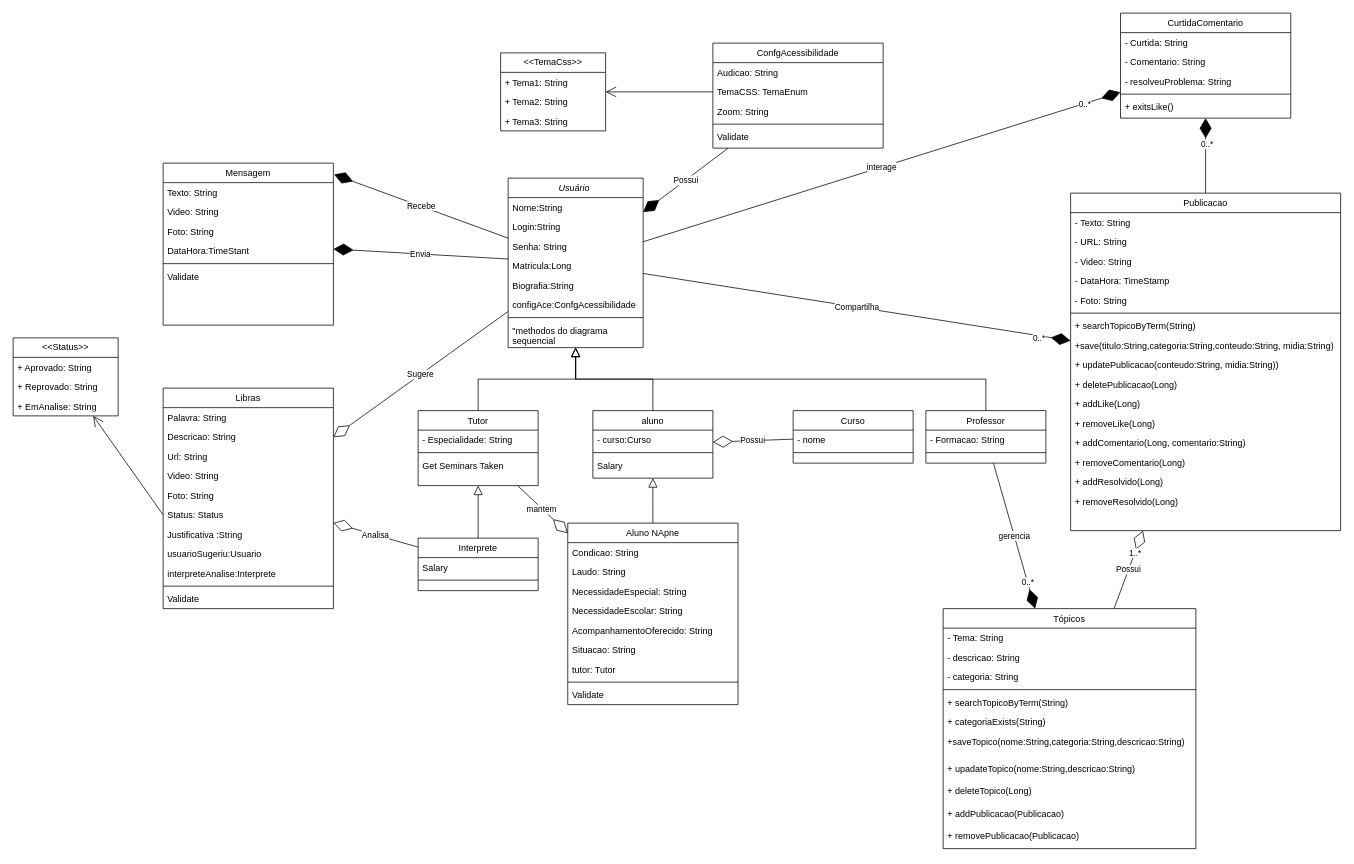
The draw.io diagram If Coders. diagrama de classe.drawio in arianamesquita/IFCoders, before the edit. Source tidied: cells renumbered, new cells numbered last; positions are measured from the earlier drawing's top-left corner, leaving out a move shared by most shapes. Both pictures are drawn from the tidied source at 75%, with x=0, y=0 at pixel (13, 13).
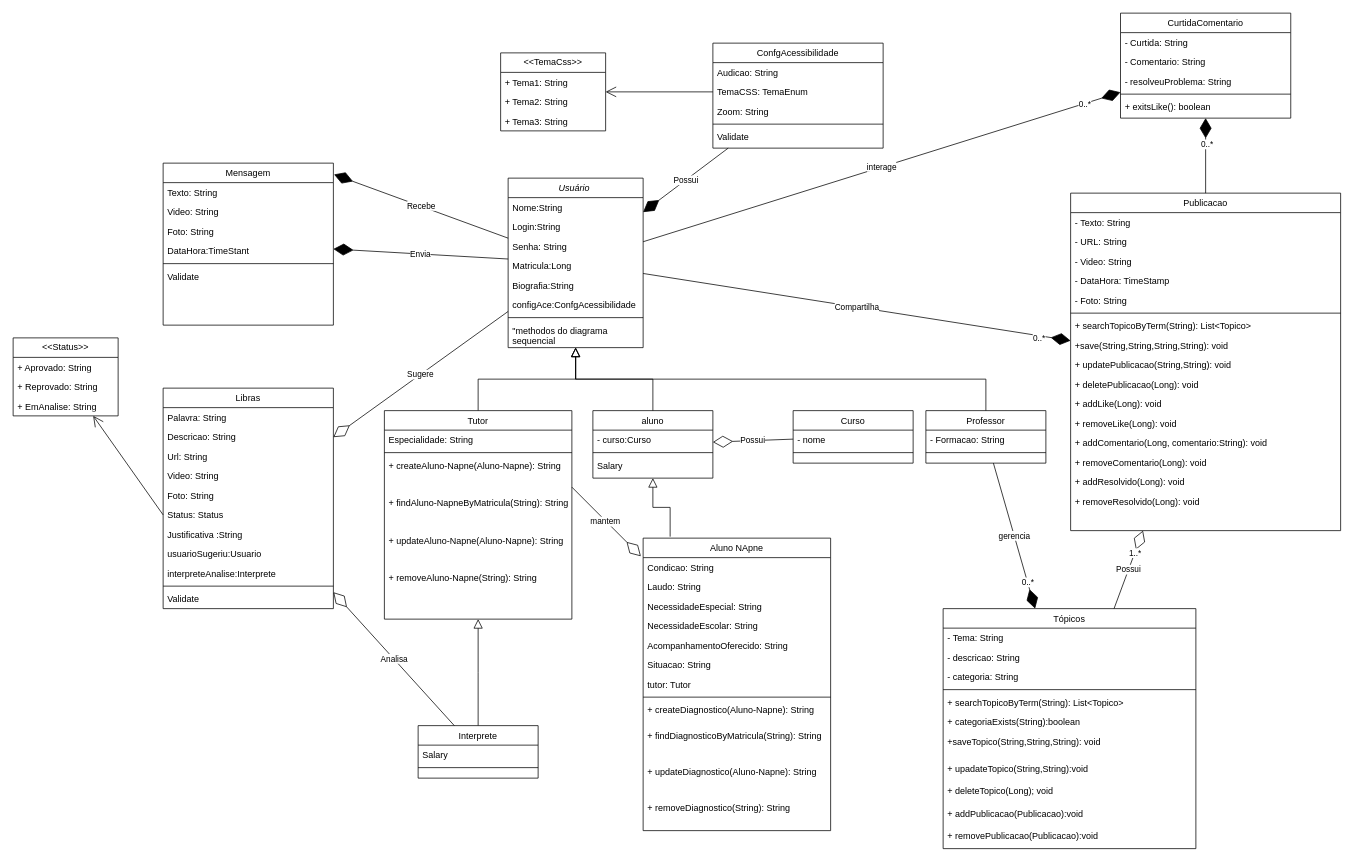
The same page after the edit.

The change refers to these unchanged cells:
```xml
<mxCell id="2" value="Usuário " style="swimlane;fontStyle=2;align=center;verticalAlign=top;horizontal=1;startSize=26;rounded=0;shadow=0;strokeWidth=1;" parent="1" vertex="1">
  <mxGeometry x="660" y="220" width="180" height="226" as="geometry" />
</mxCell>
<mxCell id="23" value="aluno" style="swimlane;fontStyle=0;align=center;verticalAlign=top;horizontal=1;startSize=26;rounded=0;shadow=0;strokeWidth=1;" parent="1" vertex="1">
  <mxGeometry x="773" y="530" width="160" height="90" as="geometry" />
</mxCell>
<mxCell id="72" value="Publicacao" style="swimlane;fontStyle=0;align=center;verticalAlign=top;horizontal=1;startSize=26;rounded=0;shadow=0;strokeWidth=1;" parent="1" vertex="1">
  <mxGeometry x="1410" y="240" width="360" height="450" as="geometry" />
</mxCell>
<mxCell id="89" value="Tópicos" style="swimlane;fontStyle=0;align=center;verticalAlign=top;horizontal=1;startSize=26;rounded=0;shadow=0;strokeWidth=1;" parent="1" vertex="1">
  <mxGeometry x="1240" y="794" width="337" height="320" as="geometry" />
</mxCell>
<mxCell id="105" value="CurtidaComentario" style="swimlane;fontStyle=0;align=center;verticalAlign=top;horizontal=1;startSize=26;rounded=0;shadow=0;strokeWidth=1;" parent="1" vertex="1">
  <mxGeometry x="1476.5" width="227" height="140" as="geometry" />
</mxCell>
```

What changed in the source:
```diff
@@
-    <mxCell id="11" value="Tutor" style="swimlane;fontStyle=0;align=center;verticalAlign=top;horizontal=1;startSize=26;rounded=0;shadow=0;strokeWidth=1;" parent="1" vertex="1">
-      <mxGeometry x="540" y="530" width="160" height="100" as="geometry" />
-    </mxCell>
-    <mxCell id="12" value="- Especialidade: String" style="text;align=left;verticalAlign=top;spacingLeft=4;spacingRight=4;overflow=hidden;" parent="11" vertex="1">
-      <mxGeometry y="26" width="160" height="26" as="geometry" />
-    </mxCell>
-    <mxCell id="13" style="line;html=1;strokeWidth=1;align=left;verticalAlign=middle;spacingTop=-1;spacingLeft=3;spacingRight=3;labelPosition=right;" parent="11" vertex="1">
-      <mxGeometry y="52" width="160" height="8" as="geometry" />
-    </mxCell>
-    <mxCell id="14" value="Get Seminars Taken" style="text;align=left;verticalAlign=top;spacingLeft=4;spacingRight=4;overflow=hidden;" parent="11" vertex="1">
-      <mxGeometry y="60" width="160" height="26" as="geometry" />
-    </mxCell>
-    <mxCell id="15" style="endArrow=block;endSize=10;endFill=0;shadow=0;strokeWidth=1;rounded=0;curved=0;edgeStyle=elbowEdgeStyle;elbow=vertical;" parent="1" edge="1" source="11" target="2">
-      <mxGeometry relative="1" as="geometry" />
+    <mxCell id="15" style="endArrow=block;endSize=10;endFill=0;shadow=0;strokeWidth=1;rounded=0;curved=0;edgeStyle=elbowEdgeStyle;elbow=vertical;" parent="1" edge="1" target="2">
+      <mxGeometry relative="1" as="geometry">
+        <mxPoint x="620" y="530" as="sourcePoint" />
+      </mxGeometry>
     </mxCell>
@@
-    <mxCell id="28" style="endArrow=block;endSize=10;endFill=0;shadow=0;strokeWidth=1;rounded=0;curved=0;edgeStyle=elbowEdgeStyle;elbow=vertical;" parent="1" edge="1" source="29" target="11">
+    <mxCell id="28" style="endArrow=block;endSize=10;endFill=0;shadow=0;strokeWidth=1;rounded=0;curved=0;edgeStyle=elbowEdgeStyle;elbow=vertical;entryX=0.5;entryY=1;entryDx=0;entryDy=0;" parent="1" edge="1" source="29" target="11">
       <mxGeometry relative="1" as="geometry" />
     </mxCell>
     <mxCell id="29" value="Interprete" style="swimlane;fontStyle=0;align=center;verticalAlign=top;horizontal=1;startSize=26;rounded=0;shadow=0;strokeWidth=1;" parent="1" vertex="1">
-      <mxGeometry x="540" y="700" width="160" height="70" as="geometry" />
+      <mxGeometry x="540" y="950" width="160" height="70" as="geometry" />
     </mxCell>
@@
-    <mxCell id="32" style="endArrow=block;endSize=10;endFill=0;shadow=0;strokeWidth=1;rounded=0;curved=0;edgeStyle=elbowEdgeStyle;elbow=vertical;" parent="1" edge="1" source="33" target="23">
+    <mxCell id="32" style="endArrow=block;endSize=10;endFill=0;shadow=0;strokeWidth=1;rounded=0;curved=0;edgeStyle=elbowEdgeStyle;elbow=vertical;exitX=0.144;exitY=-0.005;exitDx=0;exitDy=0;exitPerimeter=0;" parent="1" edge="1" source="33" target="23">
       <mxGeometry relative="1" as="geometry" />
     </mxCell>
-    <mxCell id="33" value="Aluno NApne" style="swimlane;fontStyle=0;align=center;verticalAlign=top;horizontal=1;startSize=26;rounded=0;shadow=0;strokeWidth=1;" parent="1" vertex="1">
-      <mxGeometry x="739.5" y="680" width="227" height="242" as="geometry" />
-    </mxCell>
-    <mxCell id="34" value="Condicao: String" style="text;align=left;verticalAlign=top;spacingLeft=4;spacingRight=4;overflow=hidden;" parent="33" vertex="1">
-      <mxGeometry y="26" width="227" height="26" as="geometry" />
-    </mxCell>
-    <mxCell id="35" value="Laudo: String" style="text;align=left;verticalAlign=top;spacingLeft=4;spacingRight=4;overflow=hidden;" parent="33" vertex="1">
-      <mxGeometry y="52" width="227" height="26" as="geometry" />
-    </mxCell>
-    <mxCell id="36" value="NecessidadeEspecial: String" style="text;align=left;verticalAlign=top;spacingLeft=4;spacingRight=4;overflow=hidden;" parent="33" vertex="1">
-      <mxGeometry y="78" width="227" height="26" as="geometry" />
-    </mxCell>
-    <mxCell id="37" value="NecessidadeEscolar: String" style="text;align=left;verticalAlign=top;spacingLeft=4;spacingRight=4;overflow=hidden;" parent="33" vertex="1">
-      <mxGeometry y="104" width="227" height="26" as="geometry" />
-    </mxCell>
-    <mxCell id="38" value="AcompanhamentoOferecido: String" style="text;align=left;verticalAlign=top;spacingLeft=4;spacingRight=4;overflow=hidden;" parent="33" vertex="1">
-      <mxGeometry y="130" width="227" height="26" as="geometry" />
-    </mxCell>
-    <mxCell id="39" value="Situacao: String" style="text;align=left;verticalAlign=top;spacingLeft=4;spacingRight=4;overflow=hidden;" parent="33" vertex="1">
-      <mxGeometry y="156" width="227" height="26" as="geometry" />
-    </mxCell>
-    <mxCell id="40" value="tutor: Tutor" style="text;align=left;verticalAlign=top;spacingLeft=4;spacingRight=4;overflow=hidden;" parent="33" vertex="1">
-      <mxGeometry y="182" width="227" height="26" as="geometry" />
-    </mxCell>
-    <mxCell id="41" style="line;html=1;strokeWidth=1;align=left;verticalAlign=middle;spacingTop=-1;spacingLeft=3;spacingRight=3;labelPosition=right;" parent="33" vertex="1">
-      <mxGeometry y="208" width="227" height="8" as="geometry" />
-    </mxCell>
-    <mxCell id="42" value="Validate" style="text;align=left;verticalAlign=top;spacingLeft=4;spacingRight=4;overflow=hidden;" parent="33" vertex="1">
-      <mxGeometry y="216" width="227" height="26" as="geometry" />
-    </mxCell>
@@
-    <mxCell id="79" value="+ searchTopicoByTerm(String)" style="text;align=left;verticalAlign=top;spacingLeft=4;spacingRight=4;overflow=hidden;" parent="72" vertex="1">
+    <mxCell id="79" value="+ searchTopicoByTerm(String): List&lt;Topico&gt;" style="text;align=left;verticalAlign=top;spacingLeft=4;spacingRight=4;overflow=hidden;" parent="72" vertex="1">
       <mxGeometry y="164" width="360" height="26" as="geometry" />
     </mxCell>
-    <mxCell id="80" value="+save(titulo:String,categoria:String,conteudo:String, midia:String)" style="text;align=left;verticalAlign=top;spacingLeft=4;spacingRight=4;overflow=hidden;" parent="72" vertex="1">
+    <mxCell id="80" value="+save(String,String,String,String): void" style="text;align=left;verticalAlign=top;spacingLeft=4;spacingRight=4;overflow=hidden;" parent="72" vertex="1">
       <mxGeometry y="190" width="360" height="26" as="geometry" />
     </mxCell>
-    <mxCell id="81" value="+ updatePublicacao(conteudo:String, midia:String))" style="text;align=left;verticalAlign=top;spacingLeft=4;spacingRight=4;overflow=hidden;" parent="72" vertex="1">
+    <mxCell id="81" value="+ updatePublicacao(String,String): void" style="text;align=left;verticalAlign=top;spacingLeft=4;spacingRight=4;overflow=hidden;" parent="72" vertex="1">
       <mxGeometry y="216" width="360" height="26" as="geometry" />
     </mxCell>
-    <mxCell id="82" value="+ deletePublicacao(Long)" style="text;align=left;verticalAlign=top;spacingLeft=4;spacingRight=4;overflow=hidden;" parent="72" vertex="1">
+    <mxCell id="82" value="+ deletePublicacao(Long): void" style="text;align=left;verticalAlign=top;spacingLeft=4;spacingRight=4;overflow=hidden;" parent="72" vertex="1">
       <mxGeometry y="242" width="360" height="26" as="geometry" />
     </mxCell>
-    <mxCell id="83" value="+ addLike(Long)" style="text;align=left;verticalAlign=top;spacingLeft=4;spacingRight=4;overflow=hidden;" parent="72" vertex="1">
+    <mxCell id="83" value="+ addLike(Long): void" style="text;align=left;verticalAlign=top;spacingLeft=4;spacingRight=4;overflow=hidden;" parent="72" vertex="1">
       <mxGeometry y="268" width="360" height="26" as="geometry" />
     </mxCell>
-    <mxCell id="84" value="+ removeLike(Long)" style="text;align=left;verticalAlign=top;spacingLeft=4;spacingRight=4;overflow=hidden;" parent="72" vertex="1">
+    <mxCell id="84" value="+ removeLike(Long): void" style="text;align=left;verticalAlign=top;spacingLeft=4;spacingRight=4;overflow=hidden;" parent="72" vertex="1">
       <mxGeometry y="294" width="360" height="26" as="geometry" />
     </mxCell>
-    <mxCell id="85" value="+ addComentario(Long, comentario:String)" style="text;align=left;verticalAlign=top;spacingLeft=4;spacingRight=4;overflow=hidden;" parent="72" vertex="1">
+    <mxCell id="85" value="+ addComentario(Long, comentario:String): void" style="text;align=left;verticalAlign=top;spacingLeft=4;spacingRight=4;overflow=hidden;" parent="72" vertex="1">
       <mxGeometry y="320" width="360" height="26" as="geometry" />
     </mxCell>
-    <mxCell id="86" value="+ removeComentario(Long)" style="text;align=left;verticalAlign=top;spacingLeft=4;spacingRight=4;overflow=hidden;" parent="72" vertex="1">
+    <mxCell id="86" value="+ removeComentario(Long): void" style="text;align=left;verticalAlign=top;spacingLeft=4;spacingRight=4;overflow=hidden;" parent="72" vertex="1">
       <mxGeometry y="346" width="360" height="26" as="geometry" />
     </mxCell>
-    <mxCell id="87" value="+ addResolvido(Long)" style="text;align=left;verticalAlign=top;spacingLeft=4;spacingRight=4;overflow=hidden;" parent="72" vertex="1">
+    <mxCell id="87" value="+ addResolvido(Long): void" style="text;align=left;verticalAlign=top;spacingLeft=4;spacingRight=4;overflow=hidden;" parent="72" vertex="1">
       <mxGeometry y="372" width="360" height="26" as="geometry" />
     </mxCell>
-    <mxCell id="88" value="+ removeResolvido(Long)" style="text;align=left;verticalAlign=top;spacingLeft=4;spacingRight=4;overflow=hidden;" parent="72" vertex="1">
+    <mxCell id="88" value="+ removeResolvido(Long): void" style="text;align=left;verticalAlign=top;spacingLeft=4;spacingRight=4;overflow=hidden;" parent="72" vertex="1">
       <mxGeometry y="398" width="360" height="26" as="geometry" />
     </mxCell>
@@
-    <mxCell id="94" value="+ searchTopicoByTerm(String)" style="text;align=left;verticalAlign=top;spacingLeft=4;spacingRight=4;overflow=hidden;" parent="89" vertex="1">
+    <mxCell id="94" value="+ searchTopicoByTerm(String): List&lt;Topico&gt;" style="text;align=left;verticalAlign=top;spacingLeft=4;spacingRight=4;overflow=hidden;" parent="89" vertex="1">
       <mxGeometry y="112" width="337" height="26" as="geometry" />
     </mxCell>
-    <mxCell id="95" value="+ categoriaExists(String)" style="text;align=left;verticalAlign=top;spacingLeft=4;spacingRight=4;overflow=hidden;" parent="89" vertex="1">
+    <mxCell id="95" value="+ categoriaExists(String):boolean" style="text;align=left;verticalAlign=top;spacingLeft=4;spacingRight=4;overflow=hidden;" parent="89" vertex="1">
       <mxGeometry y="138" width="337" height="26" as="geometry" />
     </mxCell>
-    <mxCell id="96" value="+saveTopico(nome:String,categoria:String,descricao:String)" style="text;align=left;verticalAlign=top;spacingLeft=4;spacingRight=4;overflow=hidden;" parent="89" vertex="1">
+    <mxCell id="96" value="+saveTopico(String,String,String): void" style="text;align=left;verticalAlign=top;spacingLeft=4;spacingRight=4;overflow=hidden;" parent="89" vertex="1">
       <mxGeometry y="164" width="337" height="36" as="geometry" />
     </mxCell>
-    <mxCell id="97" value="+ upadateTopico(nome:String,descricao:String)" style="text;align=left;verticalAlign=top;spacingLeft=4;spacingRight=4;overflow=hidden;" parent="89" vertex="1">
+    <mxCell id="97" value="+ upadateTopico(String,String):void" style="text;align=left;verticalAlign=top;spacingLeft=4;spacingRight=4;overflow=hidden;" parent="89" vertex="1">
       <mxGeometry y="200" width="337" height="30" as="geometry" />
     </mxCell>
-    <mxCell id="98" value="+ deleteTopico(Long)" style="text;align=left;verticalAlign=top;spacingLeft=4;spacingRight=4;overflow=hidden;" parent="89" vertex="1">
+    <mxCell id="98" value="+ deleteTopico(Long); void" style="text;align=left;verticalAlign=top;spacingLeft=4;spacingRight=4;overflow=hidden;" parent="89" vertex="1">
       <mxGeometry y="230" width="337" height="30" as="geometry" />
     </mxCell>
-    <mxCell id="99" value="+ addPublicacao(Publicacao)" style="text;align=left;verticalAlign=top;spacingLeft=4;spacingRight=4;overflow=hidden;" parent="89" vertex="1">
+    <mxCell id="99" value="+ addPublicacao(Publicacao):void " style="text;align=left;verticalAlign=top;spacingLeft=4;spacingRight=4;overflow=hidden;" parent="89" vertex="1">
       <mxGeometry y="260" width="337" height="30" as="geometry" />
     </mxCell>
-    <mxCell id="100" value="+ removePublicacao(Publicacao)" style="text;align=left;verticalAlign=top;spacingLeft=4;spacingRight=4;overflow=hidden;" parent="89" vertex="1">
+    <mxCell id="100" value="+ removePublicacao(Publicacao):void" style="text;align=left;verticalAlign=top;spacingLeft=4;spacingRight=4;overflow=hidden;" parent="89" vertex="1">
       <mxGeometry y="290" width="337" height="30" as="geometry" />
     </mxCell>
@@
-    <mxCell id="110" value="+ exitsLike()" style="text;align=left;verticalAlign=top;spacingLeft=4;spacingRight=4;overflow=hidden;" parent="105" vertex="1">
+    <mxCell id="110" value="+ exitsLike(): boolean" style="text;align=left;verticalAlign=top;spacingLeft=4;spacingRight=4;overflow=hidden;" parent="105" vertex="1">
       <mxGeometry y="112" width="227" height="26" as="geometry" />
     </mxCell>
@@
-    <mxCell id="121" value="mantem&amp;nbsp;" style="endArrow=diamondThin;endFill=0;endSize=24;html=1;rounded=0;" parent="1" edge="1" source="11" target="33">
+    <mxCell id="121" value="mantem&amp;nbsp;" style="endArrow=diamondThin;endFill=0;endSize=24;html=1;rounded=0;entryX=-0.012;entryY=0.062;entryDx=0;entryDy=0;entryPerimeter=0;exitX=1;exitY=0.5;exitDx=0;exitDy=0;" parent="1" edge="1" source="140" target="33">
       <mxGeometry relative="1" as="geometry" />
     </mxCell>
@@
+    <mxCell id="33" value="Aluno NApne" style="swimlane;fontStyle=0;align=center;verticalAlign=top;horizontal=1;startSize=26;rounded=0;shadow=0;strokeWidth=1;" parent="1" vertex="1">
+      <mxGeometry x="840" y="700" width="250" height="390" as="geometry" />
+    </mxCell>
+    <mxCell id="34" value="Condicao: String" style="text;align=left;verticalAlign=top;spacingLeft=4;spacingRight=4;overflow=hidden;" parent="33" vertex="1">
+      <mxGeometry y="26" width="250" height="26" as="geometry" />
+    </mxCell>
+    <mxCell id="35" value="Laudo: String" style="text;align=left;verticalAlign=top;spacingLeft=4;spacingRight=4;overflow=hidden;" parent="33" vertex="1">
+      <mxGeometry y="52" width="250" height="26" as="geometry" />
+    </mxCell>
+    <mxCell id="36" value="NecessidadeEspecial: String" style="text;align=left;verticalAlign=top;spacingLeft=4;spacingRight=4;overflow=hidden;" parent="33" vertex="1">
+      <mxGeometry y="78" width="250" height="26" as="geometry" />
+    </mxCell>
+    <mxCell id="37" value="NecessidadeEscolar: String" style="text;align=left;verticalAlign=top;spacingLeft=4;spacingRight=4;overflow=hidden;" parent="33" vertex="1">
+      <mxGeometry y="104" width="250" height="26" as="geometry" />
+    </mxCell>
+    <mxCell id="38" value="AcompanhamentoOferecido: String" style="text;align=left;verticalAlign=top;spacingLeft=4;spacingRight=4;overflow=hidden;" parent="33" vertex="1">
+      <mxGeometry y="130" width="250" height="26" as="geometry" />
+    </mxCell>
+    <mxCell id="39" value="Situacao: String" style="text;align=left;verticalAlign=top;spacingLeft=4;spacingRight=4;overflow=hidden;" parent="33" vertex="1">
+      <mxGeometry y="156" width="250" height="26" as="geometry" />
+    </mxCell>
+    <mxCell id="40" value="tutor: Tutor" style="text;align=left;verticalAlign=top;spacingLeft=4;spacingRight=4;overflow=hidden;" parent="33" vertex="1">
+      <mxGeometry y="182" width="250" height="26" as="geometry" />
+    </mxCell>
+    <mxCell id="130" style="line;html=1;strokeWidth=1;align=left;verticalAlign=middle;spacingTop=-1;spacingLeft=3;spacingRight=3;labelPosition=right;" parent="33" vertex="1">
+      <mxGeometry y="208" width="250" height="8" as="geometry" />
+    </mxCell>
+    <mxCell id="131" value="+ createDiagnostico(Aluno-Napne): String&#10;" style="text;align=left;verticalAlign=top;spacingLeft=4;spacingRight=4;overflow=hidden;" parent="33" vertex="1">
+      <mxGeometry y="216" width="250" height="34" as="geometry" />
+    </mxCell>
+    <mxCell id="132" value="+ findDiagnosticoByMatricula(String): String&#10;" style="text;align=left;verticalAlign=top;spacingLeft=4;spacingRight=4;overflow=hidden;" parent="33" vertex="1">
+      <mxGeometry y="250" width="250" height="24" as="geometry" />
+    </mxCell>
+    <mxCell id="133" value="&#10;" style="text;align=left;verticalAlign=top;spacingLeft=4;spacingRight=4;overflow=hidden;" parent="33" vertex="1">
+      <mxGeometry y="274" width="250" height="24" as="geometry" />
+    </mxCell>
+    <mxCell id="134" value="+ updateDiagnostico(Aluno-Napne): String&#10;" style="text;align=left;verticalAlign=top;spacingLeft=4;spacingRight=4;overflow=hidden;" parent="33" vertex="1">
+      <mxGeometry y="298" width="250" height="24" as="geometry" />
+    </mxCell>
+    <mxCell id="135" value="&#10;" style="text;align=left;verticalAlign=top;spacingLeft=4;spacingRight=4;overflow=hidden;" parent="33" vertex="1">
+      <mxGeometry y="322" width="250" height="24" as="geometry" />
+    </mxCell>
+    <mxCell id="136" value="+ removeDiagnostico(String): String&#10;" style="text;align=left;verticalAlign=top;spacingLeft=4;spacingRight=4;overflow=hidden;" parent="33" vertex="1">
+      <mxGeometry y="346" width="250" height="24" as="geometry" />
+    </mxCell>
+    <mxCell id="11" value="Tutor" style="swimlane;fontStyle=0;align=center;verticalAlign=top;horizontal=1;startSize=26;rounded=0;shadow=0;strokeWidth=1;" parent="1" vertex="1">
+      <mxGeometry x="495" y="530" width="250" height="278" as="geometry" />
+    </mxCell>
+    <mxCell id="137" value="Especialidade: String" style="text;align=left;verticalAlign=top;spacingLeft=4;spacingRight=4;overflow=hidden;" parent="11" vertex="1">
+      <mxGeometry y="26" width="250" height="26" as="geometry" />
+    </mxCell>
+    <mxCell id="138" style="line;html=1;strokeWidth=1;align=left;verticalAlign=middle;spacingTop=-1;spacingLeft=3;spacingRight=3;labelPosition=right;" parent="11" vertex="1">
+      <mxGeometry y="52" width="250" height="8" as="geometry" />
+    </mxCell>
+    <mxCell id="139" value="+ createAluno-Napne(Aluno-Napne): String&#10;" style="text;align=left;verticalAlign=top;spacingLeft=4;spacingRight=4;overflow=hidden;" parent="11" vertex="1">
+      <mxGeometry y="60" width="250" height="34" as="geometry" />
+    </mxCell>
+    <mxCell id="140" value="&#10;" style="text;align=left;verticalAlign=top;spacingLeft=4;spacingRight=4;overflow=hidden;points=[[0,0.5],[1,0.5]];portConstraint=eastwest;" parent="11" vertex="1">
+      <mxGeometry y="94" width="250" height="16" as="geometry" />
+    </mxCell>
+    <mxCell id="141" value="+ findAluno-NapneByMatricula(String): String&#10;" style="text;align=left;verticalAlign=top;spacingLeft=4;spacingRight=4;overflow=hidden;" parent="11" vertex="1">
+      <mxGeometry y="110" width="250" height="34" as="geometry" />
+    </mxCell>
+    <mxCell id="142" value="&#10;" style="text;align=left;verticalAlign=top;spacingLeft=4;spacingRight=4;overflow=hidden;" parent="11" vertex="1">
+      <mxGeometry y="144" width="250" height="16" as="geometry" />
+    </mxCell>
+    <mxCell id="143" value="+ updateAluno-Napne(Aluno-Napne): String&#10;" style="text;align=left;verticalAlign=top;spacingLeft=4;spacingRight=4;overflow=hidden;" parent="11" vertex="1">
+      <mxGeometry y="160" width="250" height="34" as="geometry" />
+    </mxCell>
+    <mxCell id="144" value="&#10;" style="text;align=left;verticalAlign=top;spacingLeft=4;spacingRight=4;overflow=hidden;" parent="11" vertex="1">
+      <mxGeometry y="194" width="250" height="16" as="geometry" />
+    </mxCell>
+    <mxCell id="145" value="+ removeAluno-Napne(String): String&#10;" style="text;align=left;verticalAlign=top;spacingLeft=4;spacingRight=4;overflow=hidden;" parent="11" vertex="1">
+      <mxGeometry y="210" width="250" height="34" as="geometry" />
+    </mxCell>
```
